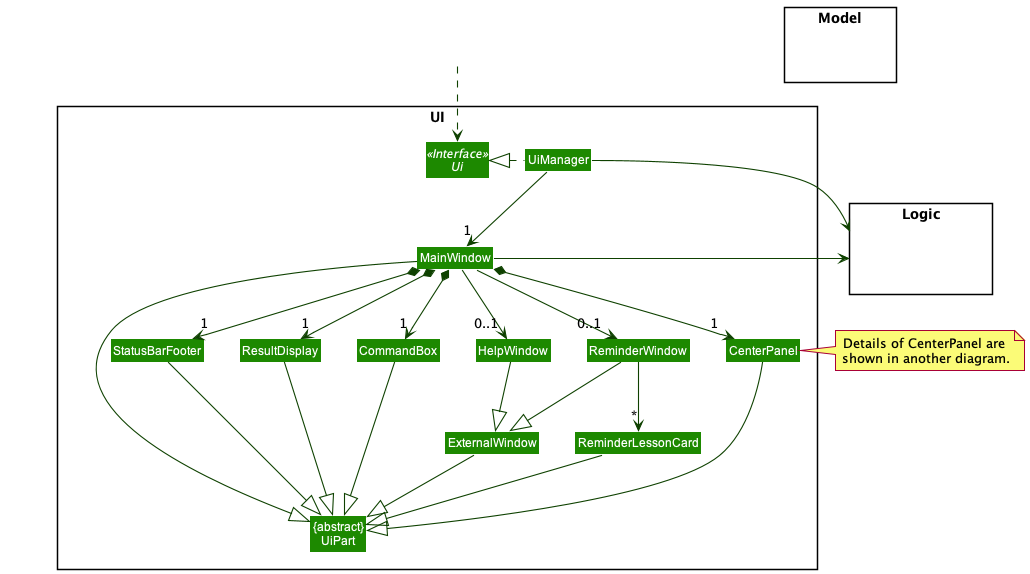
Earlier version of the PlantUML export docs/images/UiClassDiagram.png (nus-cs2103-AY2122S1/tp).
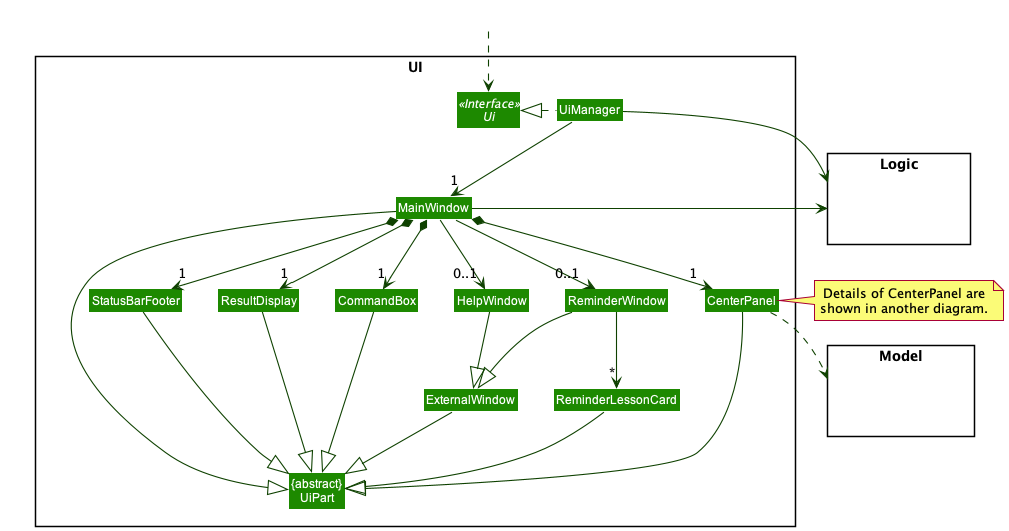
The same file after the commit.

Commit message:
Update UI class diagram

Change to the diagram source:
```diff
@@ -62,6 +62,7 @@
 UiManager -right-> Logic
 MainWindow -left-> Logic
 
+CenterPanel ..> Model
 CenterPanel -[hidden]left- HelpWindow
 HelpWindow -[hidden]left- CommandBox
 CommandBox -[hidden]left- ResultDisplay
```
